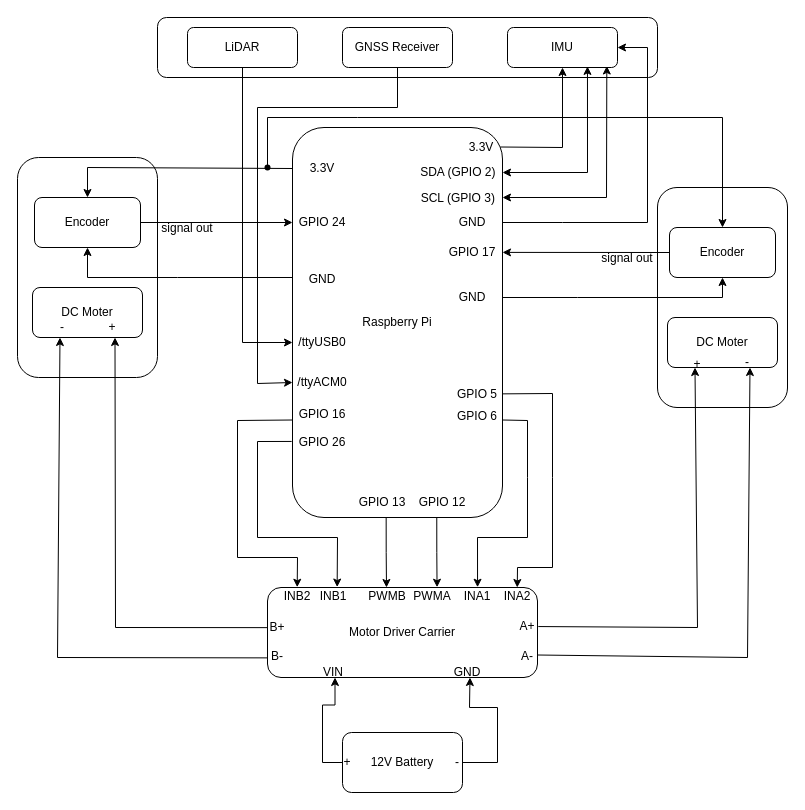
This is Untitled Diagram.drawio from adands/eddiebot_ros2-backup, a draw.io file, before an edit. Source tidied: cells renumbered, new cells numbered last; positions are measured from the earlier drawing's top-left corner, leaving out a move shared by most shapes. Both pictures are drawn from the tidied source at 100%, with x=0, y=0 at pixel (17, 17).
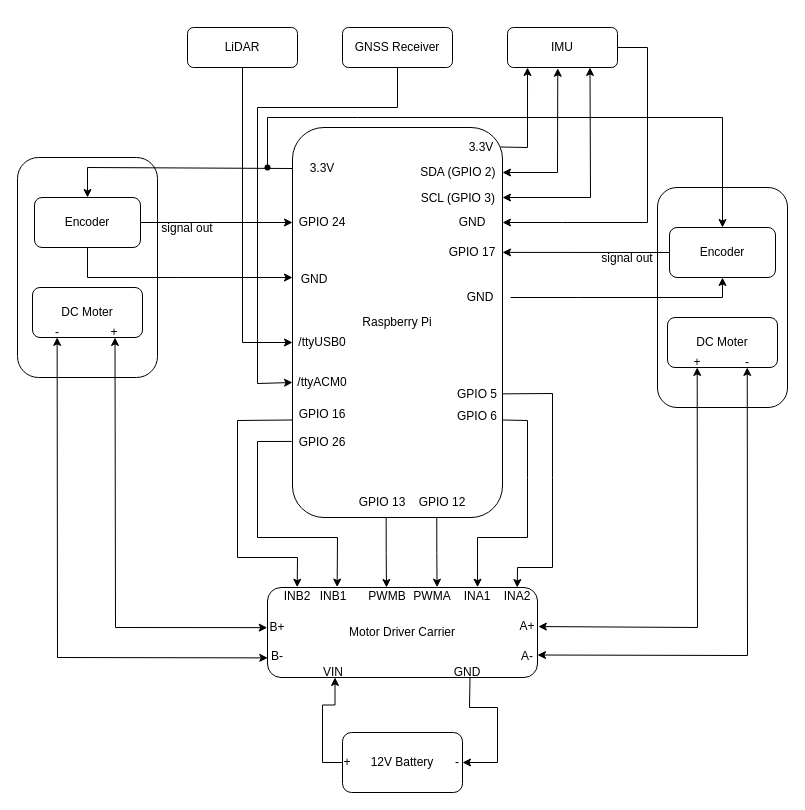
Above is the later version.

Unchanged cells that the change refers to:
```xml
<mxCell id="3" value="Raspberry Pi" style="rounded=1;whiteSpace=wrap;html=1;" parent="1" vertex="1">
  <mxGeometry x="275" y="110" width="210" height="390" as="geometry" />
</mxCell>
<mxCell id="7" value="IMU" style="rounded=1;whiteSpace=wrap;html=1;" parent="1" vertex="1">
  <mxGeometry x="490" y="10" width="110" height="40" as="geometry" />
</mxCell>
<mxCell id="9" value="Encoder" style="rounded=1;whiteSpace=wrap;html=1;" parent="1" vertex="1">
  <mxGeometry x="17" y="180" width="106" height="50" as="geometry" />
</mxCell>
<mxCell id="10" value="DC Moter" style="rounded=1;whiteSpace=wrap;html=1;" parent="1" vertex="1">
  <mxGeometry x="15" y="270" width="110" height="50" as="geometry" />
</mxCell>
<mxCell id="13" value="DC Moter" style="rounded=1;whiteSpace=wrap;html=1;" parent="1" vertex="1">
  <mxGeometry x="650" y="300" width="110" height="50" as="geometry" />
</mxCell>
<mxCell id="20" value="Motor Driver Carrier" style="rounded=1;whiteSpace=wrap;html=1;" parent="1" vertex="1">
  <mxGeometry x="250" y="570" width="270" height="90" as="geometry" />
</mxCell>
<mxCell id="22" value="12V Battery" style="rounded=1;whiteSpace=wrap;html=1;" parent="1" vertex="1">
  <mxGeometry x="325" y="715" width="120" height="60" as="geometry" />
</mxCell>
<mxCell id="28" value="GND" style="text;html=1;align=center;verticalAlign=middle;whiteSpace=wrap;rounded=0;" parent="1" vertex="1">
  <mxGeometry x="425" y="190" width="60" height="30" as="geometry" />
</mxCell>
<mxCell id="33" value="SDA (GPIO 2)&amp;nbsp;" style="text;html=1;align=center;verticalAlign=middle;whiteSpace=wrap;rounded=0;" parent="1" vertex="1">
  <mxGeometry x="400" y="140" width="85" height="30" as="geometry" />
</mxCell>
```

Change to the diagram source:
```diff
@@
-    <mxCell id="4" style="rounded=1;whiteSpace=wrap;html=1;" parent="1" vertex="1">
-      <mxGeometry x="140" width="500" height="60" as="geometry" />
-    </mxCell>
@@
-    <mxCell id="14" style="endArrow=classic;html=1;rounded=0;entryX=0.5;entryY=1;entryDx=0;entryDy=0;" parent="1" edge="1" target="9">
+    <mxCell id="14" style="endArrow=none;html=1;rounded=0;entryX=0.5;entryY=1;entryDx=0;entryDy=0;endFill=0;startArrow=classic;startFill=1;" parent="1" edge="1" target="9">
       <mxGeometry relative="1" as="geometry">
         <mxPoint x="275" y="260" as="sourcePoint" />
         <Array as="points">
           <mxPoint x="160" y="260" />
           <mxPoint x="70" y="260" />
         </Array>
       </mxGeometry>
     </mxCell>
@@
-    <mxCell id="23" style="endArrow=classic;html=1;rounded=0;entryX=0.5;entryY=1;entryDx=0;entryDy=0;exitX=0.99;exitY=0.05;exitDx=0;exitDy=0;exitPerimeter=0;" parent="1" edge="1" source="3" target="7">
+    <mxCell id="23" style="endArrow=classic;html=1;rounded=0;entryX=0.182;entryY=1;entryDx=0;entryDy=0;exitX=0.99;exitY=0.05;exitDx=0;exitDy=0;exitPerimeter=0;entryPerimeter=0;" parent="1" edge="1" source="3" target="7">
       <mxGeometry relative="1" as="geometry">
         <Array as="points">
-          <mxPoint x="545" y="130" />
+          <mxPoint x="510" y="130" />
         </Array>
       </mxGeometry>
     </mxCell>
-    <mxCell id="24" style="endArrow=classic;html=1;rounded=0;entryX=1;entryY=0.5;entryDx=0;entryDy=0;exitX=1;exitY=0.5;exitDx=0;exitDy=0;" parent="1" edge="1" source="28" target="7">
+    <mxCell id="24" style="endArrow=none;html=1;rounded=0;entryX=1;entryY=0.5;entryDx=0;entryDy=0;exitX=1;exitY=0.5;exitDx=0;exitDy=0;curved=0;startArrow=classic;startFill=1;endFill=0;" parent="1" edge="1" source="28" target="7">
       <mxGeometry relative="1" as="geometry">
         <Array as="points">
           <mxPoint x="545" y="205" />
           <mxPoint x="630" y="205" />
           <mxPoint x="630" y="30" />
         </Array>
       </mxGeometry>
     </mxCell>
@@
-    <mxCell id="26" style="endArrow=classic;startArrow=classic;html=1;rounded=0;entryX=0.903;entryY=0.962;entryDx=0;entryDy=0;exitX=1;exitY=0;exitDx=0;exitDy=0;entryPerimeter=0;" parent="1" edge="1" target="7">
+    <mxCell id="26" style="endArrow=classic;startArrow=classic;html=1;rounded=0;entryX=0.75;entryY=1;entryDx=0;entryDy=0;exitX=1;exitY=0;exitDx=0;exitDy=0;" parent="1" edge="1" target="7">
       <mxGeometry relative="1" as="geometry">
         <mxPoint x="485" y="180" as="sourcePoint" />
         <Array as="points">
-          <mxPoint x="589" y="180" />
+          <mxPoint x="573" y="180" />
         </Array>
       </mxGeometry>
     </mxCell>
@@
     <mxCell id="30" value="GND" style="text;html=1;align=center;verticalAlign=middle;whiteSpace=wrap;rounded=0;" parent="1" vertex="1">
-      <mxGeometry x="425" y="265" width="60" height="30" as="geometry" />
+      <mxGeometry x="433" y="265" width="60" height="30" as="geometry" />
     </mxCell>
     <mxCell id="31" value="GND" style="text;html=1;align=center;verticalAlign=middle;whiteSpace=wrap;rounded=0;" parent="1" vertex="1">
-      <mxGeometry x="275" y="247" width="60" height="30" as="geometry" />
+      <mxGeometry x="267" y="247" width="60" height="30" as="geometry" />
     </mxCell>
@@
-    <mxCell id="34" style="endArrow=classic;startArrow=classic;html=1;rounded=0;entryX=0.727;entryY=0.972;entryDx=0;entryDy=0;exitX=1;exitY=0.5;exitDx=0;exitDy=0;entryPerimeter=0;" parent="1" edge="1" source="33" target="7">
+    <mxCell id="34" style="endArrow=classic;startArrow=classic;html=1;rounded=0;entryX=0.457;entryY=1.019;entryDx=0;entryDy=0;exitX=1;exitY=0.5;exitDx=0;exitDy=0;entryPerimeter=0;" parent="1" edge="1" source="33" target="7">
       <mxGeometry relative="1" as="geometry">
         <Array as="points">
-          <mxPoint x="570" y="155" />
+          <mxPoint x="540" y="155" />
         </Array>
       </mxGeometry>
     </mxCell>
-    <mxCell id="35" style="endArrow=classic;html=1;rounded=0;exitX=1;exitY=0.5;exitDx=0;exitDy=0;entryX=0.75;entryY=1;entryDx=0;entryDy=0;" parent="1" edge="1" source="22" target="20">
+    <mxCell id="35" style="endArrow=none;html=1;rounded=0;exitX=1;exitY=0.5;exitDx=0;exitDy=0;entryX=0.75;entryY=1;entryDx=0;entryDy=0;endFill=0;startArrow=classic;startFill=1;" parent="1" edge="1" source="22" target="20">
       <mxGeometry relative="1" as="geometry">
         <Array as="points">
           <mxPoint x="480" y="745" />
           <mxPoint x="480" y="690" />
           <mxPoint x="452" y="690" />
         </Array>
       </mxGeometry>
     </mxCell>
@@
-    <mxCell id="38" style="endArrow=classic;html=1;rounded=0;entryX=0.25;entryY=1;entryDx=0;entryDy=0;exitX=0.001;exitY=0.782;exitDx=0;exitDy=0;exitPerimeter=0;" parent="1" edge="1" source="20" target="10">
+    <mxCell id="38" style="endArrow=classic;html=1;rounded=0;entryX=0.224;entryY=0.998;entryDx=0;entryDy=0;exitX=0.001;exitY=0.782;exitDx=0;exitDy=0;exitPerimeter=0;startArrow=classic;startFill=1;entryPerimeter=0;" parent="1" edge="1" source="20" target="10">
       <mxGeometry relative="1" as="geometry">
         <Array as="points">
           <mxPoint x="40" y="640" />
         </Array>
       </mxGeometry>
     </mxCell>
-    <mxCell id="39" style="endArrow=classic;html=1;rounded=0;entryX=0.75;entryY=1;entryDx=0;entryDy=0;exitX=-0.001;exitY=0.446;exitDx=0;exitDy=0;exitPerimeter=0;" parent="1" edge="1" source="20" target="10">
+    <mxCell id="39" style="endArrow=classic;html=1;rounded=0;entryX=0.75;entryY=1;entryDx=0;entryDy=0;exitX=-0.001;exitY=0.446;exitDx=0;exitDy=0;exitPerimeter=0;startArrow=classic;startFill=1;" parent="1" edge="1" source="20" target="10">
       <mxGeometry relative="1" as="geometry">
         <Array as="points">
           <mxPoint x="98" y="610" />
         </Array>
       </mxGeometry>
     </mxCell>
@@
-    <mxCell id="42" style="endArrow=classic;html=1;rounded=0;entryX=0.25;entryY=1;entryDx=0;entryDy=0;exitX=1.003;exitY=0.434;exitDx=0;exitDy=0;exitPerimeter=0;" parent="1" edge="1" source="20" target="13">
+    <mxCell id="42" style="endArrow=classic;html=1;rounded=0;entryX=0.27;entryY=0.999;entryDx=0;entryDy=0;exitX=1.003;exitY=0.434;exitDx=0;exitDy=0;exitPerimeter=0;entryPerimeter=0;startArrow=classic;startFill=1;" parent="1" edge="1" source="20" target="13">
       <mxGeometry relative="1" as="geometry">
         <Array as="points">
           <mxPoint x="680" y="610" />
         </Array>
       </mxGeometry>
     </mxCell>
@@
-    <mxCell id="45" style="endArrow=classic;html=1;rounded=0;exitX=1;exitY=0.75;exitDx=0;exitDy=0;entryX=0.75;entryY=1;entryDx=0;entryDy=0;" parent="1" edge="1" source="20" target="13">
+    <mxCell id="45" style="endArrow=classic;html=1;rounded=0;exitX=1;exitY=0.75;exitDx=0;exitDy=0;entryX=0.725;entryY=0.999;entryDx=0;entryDy=0;entryPerimeter=0;startArrow=classic;startFill=1;" parent="1" edge="1" source="20" target="13">
       <mxGeometry relative="1" as="geometry">
         <Array as="points">
-          <mxPoint x="730" y="640" />
+          <mxPoint x="730" y="638" />
         </Array>
       </mxGeometry>
     </mxCell>
@@
     <mxCell id="73" value="+" style="text;html=1;align=center;verticalAlign=middle;whiteSpace=wrap;rounded=0;" parent="1" vertex="1">
-      <mxGeometry x="65" y="295" width="60" height="30" as="geometry" />
+      <mxGeometry x="67" y="300" width="60" height="30" as="geometry" />
     </mxCell>
     <mxCell id="74" value="+" style="text;html=1;align=center;verticalAlign=middle;whiteSpace=wrap;rounded=0;" parent="1" vertex="1">
-      <mxGeometry x="650" y="332" width="60" height="30" as="geometry" />
+      <mxGeometry x="650" y="330" width="60" height="30" as="geometry" />
     </mxCell>
@@
     <mxCell id="76" value="-" style="text;html=1;align=center;verticalAlign=middle;whiteSpace=wrap;rounded=0;" parent="1" vertex="1">
-      <mxGeometry x="15" y="295" width="60" height="30" as="geometry" />
+      <mxGeometry x="10" y="300" width="60" height="30" as="geometry" />
     </mxCell>
```
